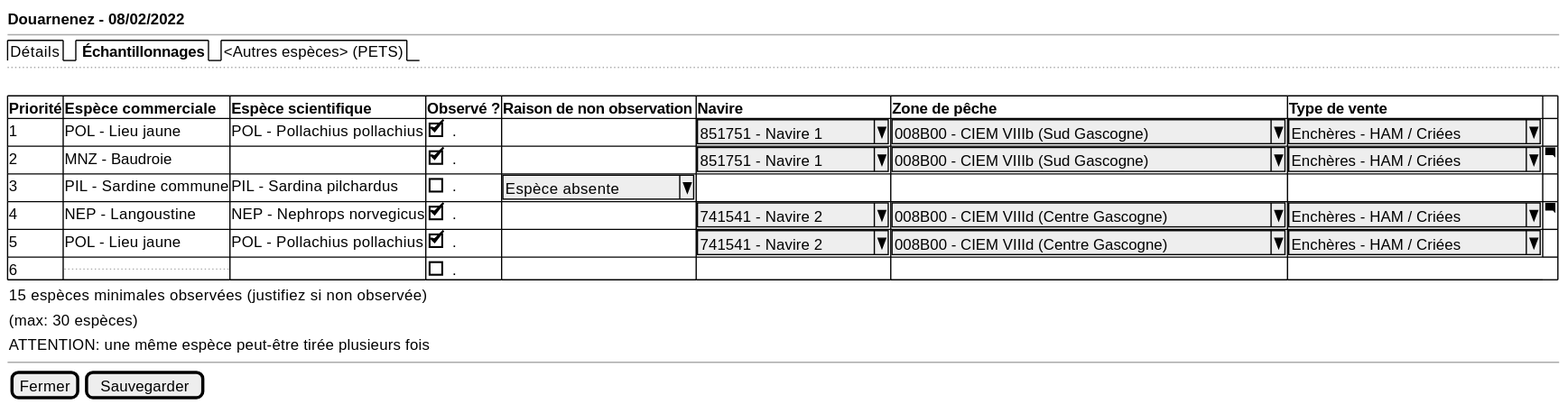
sumaris-net/sumaris-doc keeps this PlantUML diagram as projects/obsvente/spe/images/landings-table.svg. Above is the earlier version.
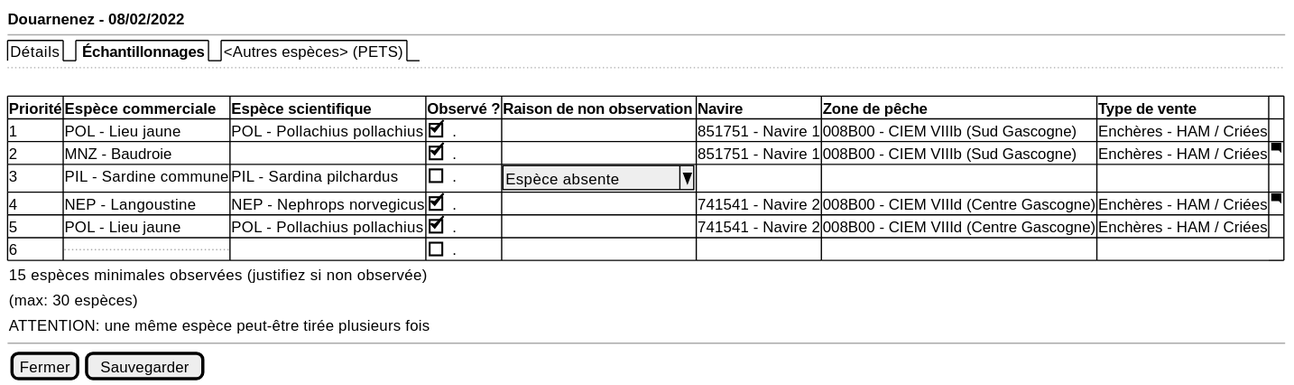
Later version of the same file.

Change to the diagram source:
```diff
@@ -8,11 +8,11 @@
 	{#
 
       <b>Priorité | <b>Espèce commerciale | <b>Espèce scientifique  | <b>Observé ? | <b>Raison de non observation | <b>Navire | <b>Zone de pêche| <b>Type de vente | .
-       1 | POL - Lieu jaune | POL - Pollachius pollachius | [X]. | . | ^851751 - Navire 1^ | ^008B00 - CIEM VIIIb (Sud Gascogne)   ^ | ^Enchères - HAM / Criées^ | .
-       2 | MNZ - Baudroie | . |  [X]. | . | ^851751 - Navire 1^ | ^008B00 - CIEM VIIIb (Sud Gascogne)   ^ | ^Enchères - HAM / Criées^ | <&comment-square>
+       1 | POL - Lieu jaune | POL - Pollachius pollachius | [X]. | . | 851751 - Navire 1 | 008B00 - CIEM VIIIb (Sud Gascogne) | Enchères - HAM / Criées | .
+       2 | MNZ - Baudroie | . |  [X]. | . | 851751 - Navire 1 | 008B00 - CIEM VIIIb (Sud Gascogne) | Enchères - HAM / Criées | <&comment-square>
        3 | PIL - Sardine commune | PIL - Sardina pilchardus | [ ]. | ^ Espèce absente  ^  | . | . | . | .
-       4 | NEP - Langoustine | NEP - Nephrops norvegicus   | [X]. | . | ^741541 - Navire 2^ | ^008B00 - CIEM VIIId (Centre Gascogne)^ | ^Enchères - HAM / Criées^ | <&comment-square>
-       5 | POL - Lieu jaune | POL - Pollachius pollachius | [X]. | . | ^741541 - Navire 2^ | ^008B00 - CIEM VIIId (Centre Gascogne)^ | ^Enchères - HAM / Criées^ | .
+       4 | NEP - Langoustine | NEP - Nephrops norvegicus | [X]. | . | 741541 - Navire 2 | 008B00 - CIEM VIIId (Centre Gascogne) | Enchères - HAM / Criées | <&comment-square>
+       5 | POL - Lieu jaune | POL - Pollachius pollachius | [X]. | . | 741541 - Navire 2 | 008B00 - CIEM VIIId (Centre Gascogne) | Enchères - HAM / Criées | .
        6 | ... | . | [ ] . | . | . | .
 
     }
```
